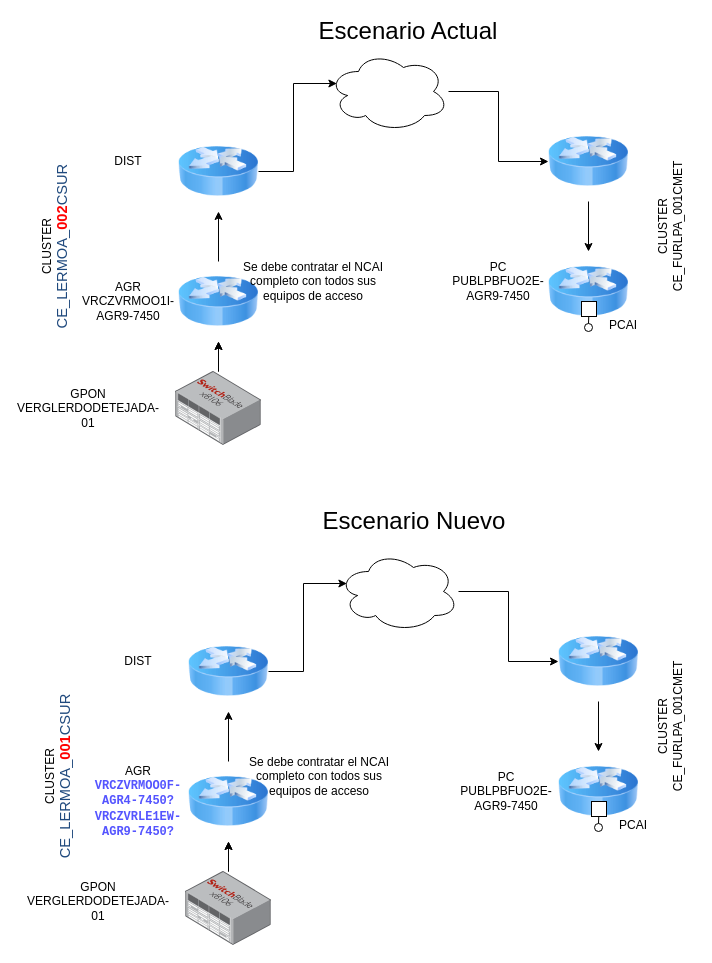
This is migracion_scyd_nacional.drawio from jjayala1/diagrams, a draw.io file, before an edit. Source tidied: cells renumbered, new cells numbered last; positions are measured from the earlier drawing's top-left corner, leaving out a move shared by most shapes. Both pictures are drawn from the tidied source at 100%, with x=0, y=0 at pixel (-75, 21).
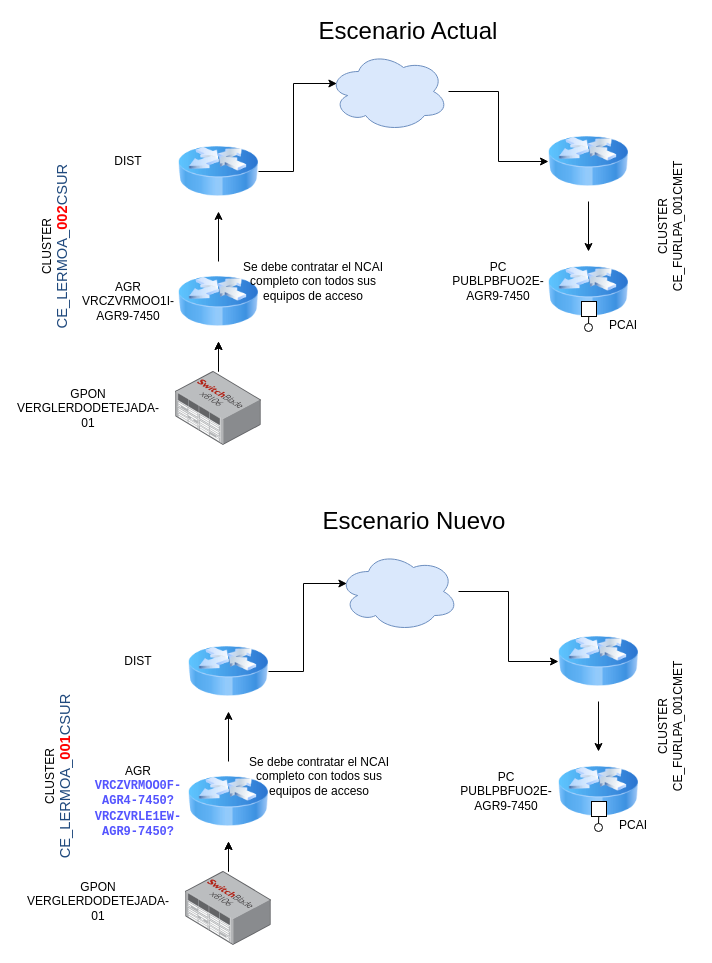
The same page after the edit.

The edit, as a diff of the source:
```diff
@@
-    <mxCell id="13" style="ellipse;shape=cloud;whiteSpace=wrap;html=1;" parent="1" vertex="1">
+    <mxCell id="13" style="ellipse;shape=cloud;whiteSpace=wrap;html=1;fillColor=#dae8fc;strokeColor=#6c8ebf;" parent="1" vertex="1">
       <mxGeometry x="403" y="30" width="120" height="80" as="geometry" />
     </mxCell>
@@
-    <mxCell id="32" style="ellipse;shape=cloud;whiteSpace=wrap;html=1;" parent="1" vertex="1">
+    <mxCell id="32" style="ellipse;shape=cloud;whiteSpace=wrap;html=1;fillColor=#dae8fc;strokeColor=#6c8ebf;" parent="1" vertex="1">
       <mxGeometry x="413" y="530" width="120" height="80" as="geometry" />
     </mxCell>
```
